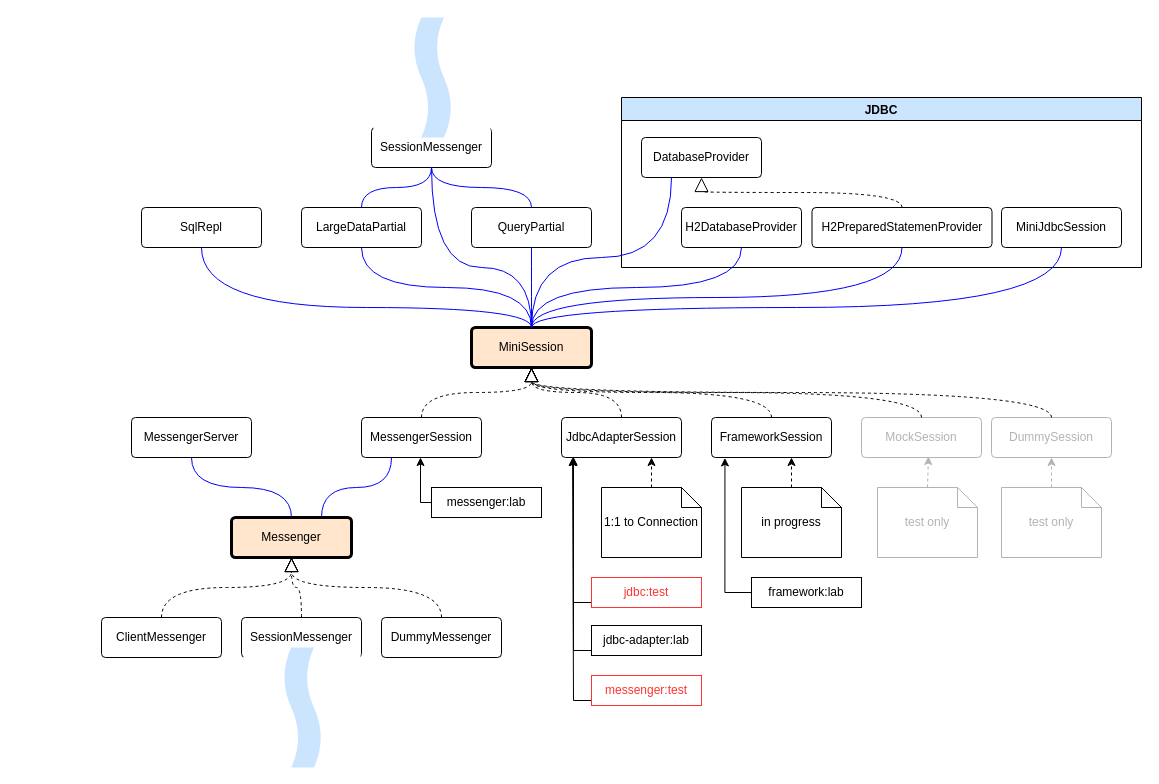
Above: docs/current-session-and-messenger-overview.drawio in miniconnect/miniconnect (draw.io), before the change. Source tidied: cells renumbered, new cells numbered last; positions are measured from the earlier drawing's top-left corner, leaving out a move shared by most shapes. Both pictures are drawn from the tidied source at 100%, with x=0, y=0 at pixel (101, 17).
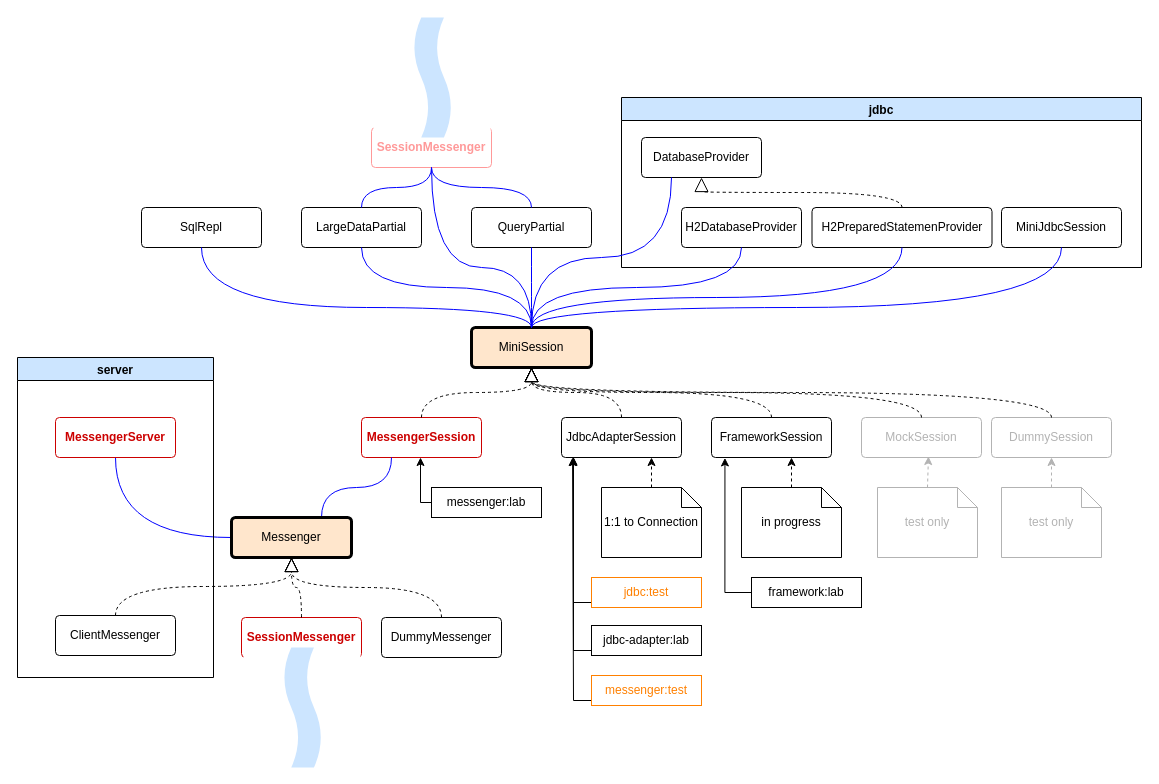
Above is the later version.

The edit, as a diff of the source:
```diff
@@
-    <mxCell id="6" value="&lt;div&gt;MessengerSession&lt;/div&gt;" style="rounded=1;arcSize=10;whiteSpace=wrap;html=1;align=center;" parent="1" vertex="1">
+    <mxCell id="6" value="&lt;div&gt;&lt;font color=&quot;#CC0000&quot;&gt;&lt;b&gt;MessengerSession&lt;/b&gt;&lt;/font&gt;&lt;/div&gt;" style="rounded=1;arcSize=10;whiteSpace=wrap;html=1;align=center;strokeColor=#CC0000;" parent="1" vertex="1">
       <mxGeometry x="260" y="400" width="120" height="40" as="geometry" />
     </mxCell>
@@
-    <mxCell id="22" value="jdbc:test" style="rounded=0;whiteSpace=wrap;html=1;fontColor=#FF3333;strokeColor=#FF3333;" parent="1" vertex="1">
+    <mxCell id="22" value="jdbc:test" style="rounded=0;whiteSpace=wrap;html=1;fontColor=#FF8000;strokeColor=#FF8000;" parent="1" vertex="1">
       <mxGeometry x="490" y="560" width="110" height="30" as="geometry" />
     </mxCell>
@@
-    <mxCell id="26" value="messenger:test" style="rounded=0;whiteSpace=wrap;html=1;fontColor=#FF3333;strokeColor=#FF3333;" parent="1" vertex="1">
+    <mxCell id="26" value="messenger:test" style="rounded=0;whiteSpace=wrap;html=1;fontColor=#FF8000;strokeColor=#FF8000;" parent="1" vertex="1">
       <mxGeometry x="490" y="658" width="110" height="30" as="geometry" />
     </mxCell>
@@
-    <mxCell id="34" value="ClientMessenger" style="rounded=1;arcSize=10;whiteSpace=wrap;html=1;align=center;" parent="1" vertex="1">
-      <mxGeometry y="600" width="120" height="40" as="geometry" />
-    </mxCell>
-    <mxCell id="35" value="SessionMessenger" style="rounded=1;arcSize=10;whiteSpace=wrap;html=1;align=center;" parent="1" vertex="1">
+    <mxCell id="35" value="&lt;font color=&quot;#CC0000&quot;&gt;&lt;b&gt;SessionMessenger&lt;/b&gt;&lt;/font&gt;" style="rounded=1;arcSize=10;whiteSpace=wrap;html=1;align=center;strokeColor=#CC0000;gradientColor=none;fillColor=default;" parent="1" vertex="1">
       <mxGeometry x="140" y="600" width="120" height="40" as="geometry" />
     </mxCell>
@@
-    <mxCell id="40" value="MessengerServer" style="rounded=1;arcSize=10;whiteSpace=wrap;html=1;align=center;" parent="1" vertex="1">
-      <mxGeometry x="30" y="400" width="120" height="40" as="geometry" />
-    </mxCell>
@@
-    <mxCell id="43" value="SessionMessenger" style="rounded=1;arcSize=10;whiteSpace=wrap;html=1;align=center;" parent="1" vertex="1">
+    <mxCell id="43" value="&lt;font&gt;&lt;b&gt;SessionMessenger&lt;/b&gt;&lt;/font&gt;" style="rounded=1;arcSize=10;whiteSpace=wrap;html=1;align=center;strokeColor=#FF9999;fontColor=#FF9999;" parent="1" vertex="1">
       <mxGeometry x="270" y="110" width="120" height="40" as="geometry" />
     </mxCell>
@@
-    <mxCell id="49" value="JDBC" style="swimlane;fontColor=#000000;strokeColor=#000000;strokeWidth=1;fillColor=#CCE5FF;" parent="1" vertex="1">
+    <mxCell id="49" value="jdbc" style="swimlane;fontColor=#000000;strokeColor=#000000;strokeWidth=1;fillColor=#CCE5FF;" parent="1" vertex="1">
       <mxGeometry x="520" y="80" width="520" height="170" as="geometry" />
     </mxCell>
@@
+    <mxCell id="65" value="server" style="swimlane;fontColor=#000000;strokeColor=#000000;strokeWidth=1;fillColor=#CCE5FF;" parent="1" vertex="1">
+      <mxGeometry x="-84" y="340" width="196" height="320" as="geometry" />
+    </mxCell>
+    <mxCell id="40" value="MessengerServer" style="rounded=1;arcSize=10;whiteSpace=wrap;html=1;align=center;strokeColor=#CC0000;fontStyle=1;fontColor=#CC0000;" parent="65" vertex="1">
+      <mxGeometry x="38" y="60" width="120" height="40" as="geometry" />
+    </mxCell>
+    <mxCell id="34" value="ClientMessenger" style="rounded=1;arcSize=10;whiteSpace=wrap;html=1;align=center;" parent="65" vertex="1">
+      <mxGeometry x="38" y="258" width="120" height="40" as="geometry" />
+    </mxCell>
```
